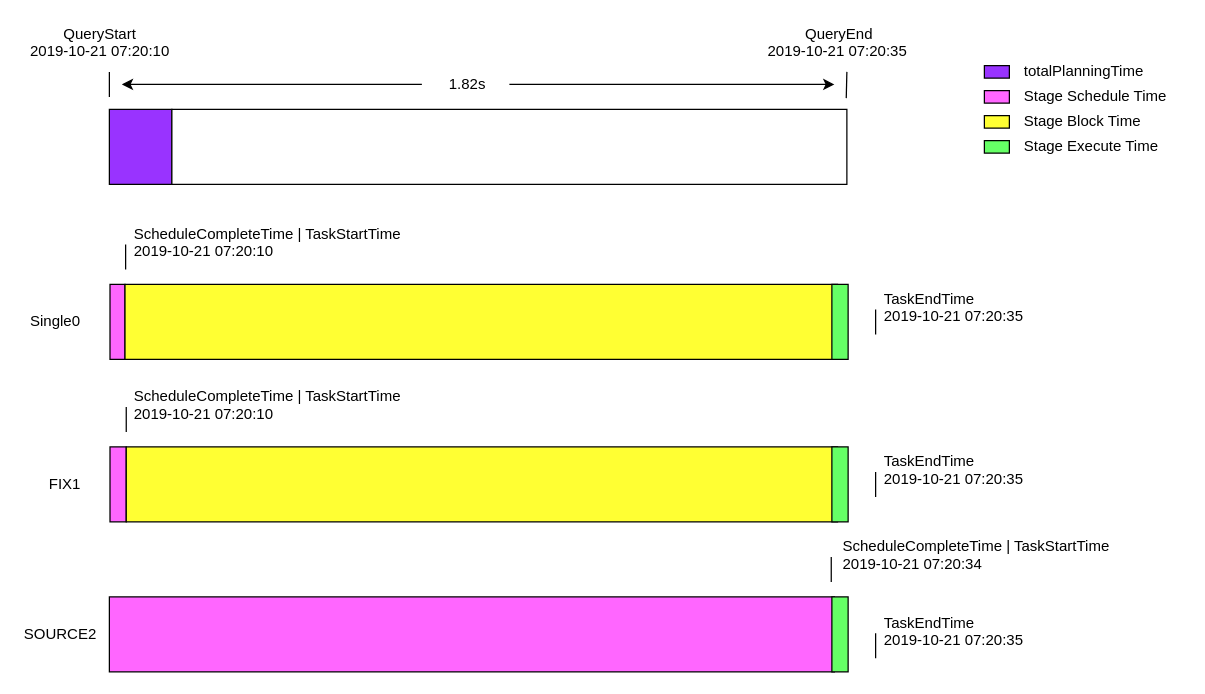
Before: prestoQueryView.drawio in chuanjian666/drawio, a draw.io diagram. Source tidied: cells renumbered, new cells numbered last; positions are measured from the earlier drawing's top-left corner, leaving out a move shared by most shapes. Both pictures are drawn from the tidied source at 125%, with x=0, y=0 at pixel (21, 21).
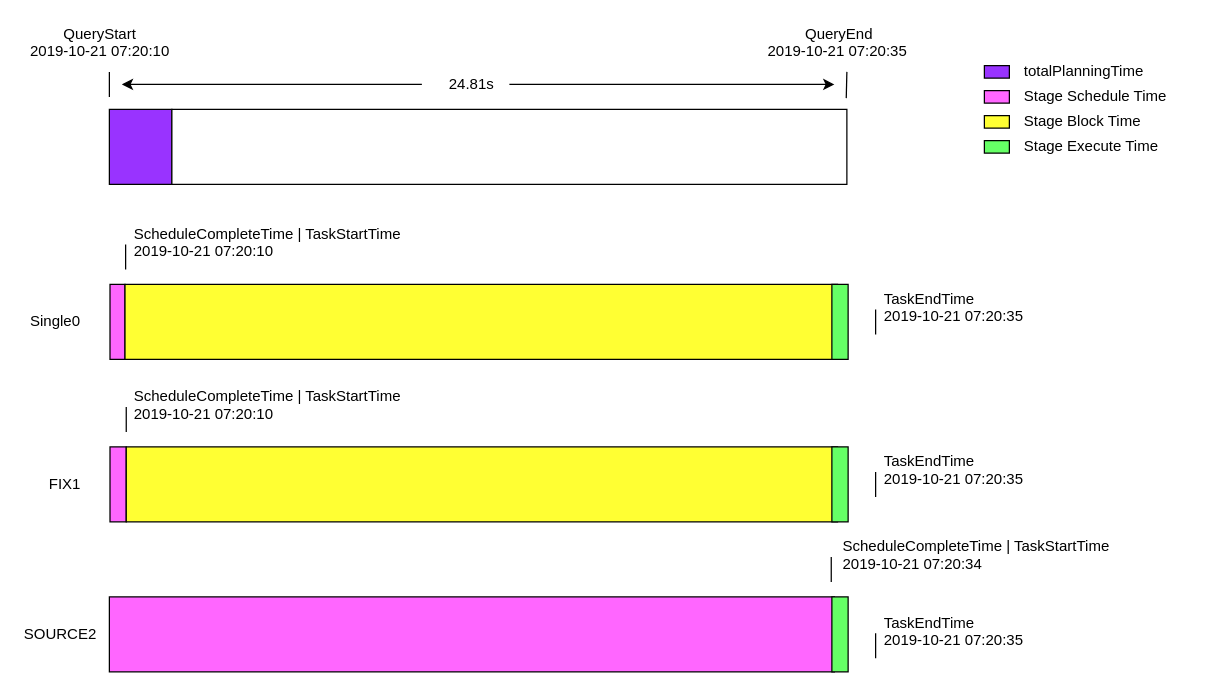
The same page after the edit.

What changed in the source:
```diff
@@
-    <mxCell id="10" value="1.82s" style="text;html=1;align=left;verticalAlign=top;spacingTop=-4;" parent="1" vertex="1">
-      <mxGeometry x="340" y="40" width="40" height="20" as="geometry" />
+    <mxCell id="10" value="24.81s" style="text;html=1;align=left;verticalAlign=top;spacingTop=-4;" parent="1" vertex="1">
+      <mxGeometry x="340" y="40" width="50" height="20" as="geometry" />
     </mxCell>
```
